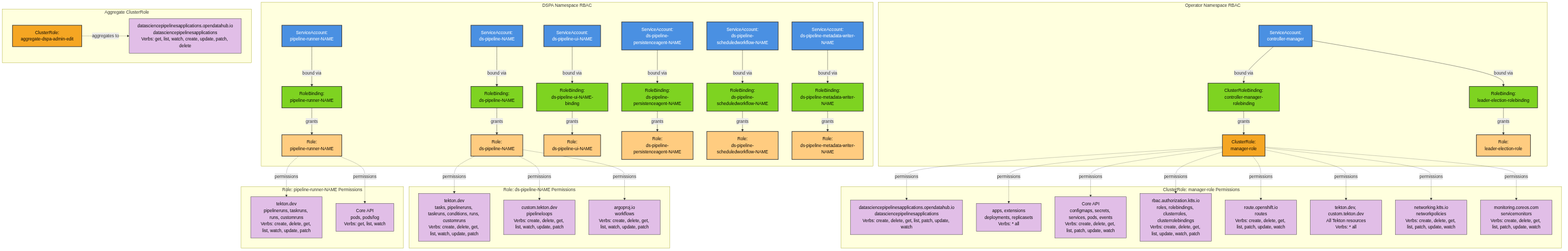
rhuss/architecture-context keeps this Mermaid diagram as architecture/rhoai-2.6/diagrams/data-science-pipelines-operator-rbac.png. Above is the earlier version. Its source is kept beside it as architecture/rhoai-2.6/diagrams/data-science-pipelines-operator-rbac.mmd.
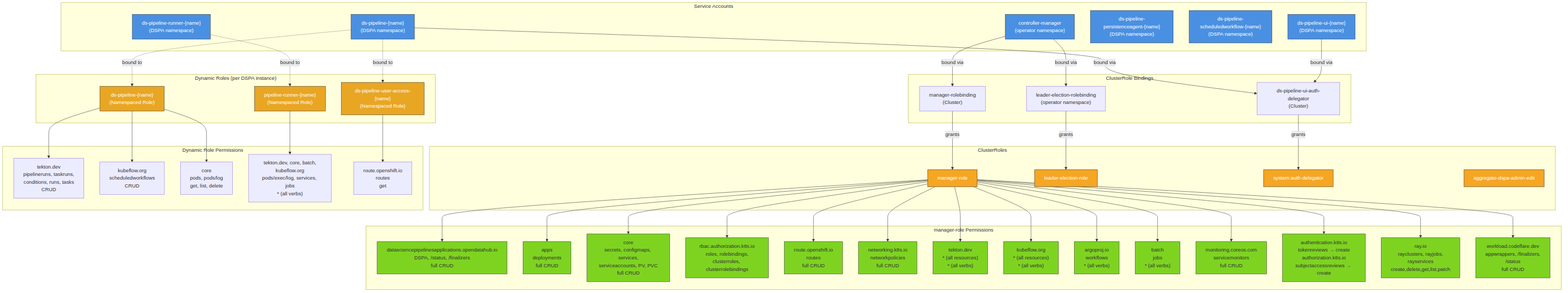
After the commit.

What changed in the source:
```diff
@@ -1,112 +1,117 @@
-graph TB
-    subgraph "Operator Namespace RBAC"
-        SA_Controller[ServiceAccount:<br/>controller-manager]
-        CRB_Manager[ClusterRoleBinding:<br/>controller-manager-rolebinding]
-        CR_Manager[ClusterRole:<br/>manager-role]
-        RB_Leader[RoleBinding:<br/>leader-election-rolebinding]
-        R_Leader[Role:<br/>leader-election-role]
+
+graph TD
+    subgraph "Service Accounts"
+        SA_CM["controller-manager<br/>(operator namespace)"]
+        SA_API["ds-pipeline-{name}<br/>(DSPA namespace)"]
+        SA_Runner["ds-pipeline-runner-{name}<br/>(DSPA namespace)"]
+        SA_PA["ds-pipeline-persistenceagent-{name}<br/>(DSPA namespace)"]
+        SA_SW["ds-pipeline-scheduledworkflow-{name}<br/>(DSPA namespace)"]
+        SA_UI["ds-pipeline-ui-{name}<br/>(DSPA namespace)"]
     end
 
-    subgraph "DSPA Namespace RBAC"
-        SA_API[ServiceAccount:<br/>ds-pipeline-NAME]
-        SA_Runner[ServiceAccount:<br/>pipeline-runner-NAME]
-        SA_UI[ServiceAccount:<br/>ds-pipeline-ui-NAME]
-        SA_PA[ServiceAccount:<br/>ds-pipeline-persistenceagent-NAME]
-        SA_SWC[ServiceAccount:<br/>ds-pipeline-scheduledworkflow-NAME]
-        SA_MLMD[ServiceAccount:<br/>ds-pipeline-metadata-writer-NAME]
-
-        RB_API[RoleBinding:<br/>ds-pipeline-NAME]
-        RB_Runner[RoleBinding:<br/>pipeline-runner-NAME]
-        RB_UI[RoleBinding:<br/>ds-pipeline-ui-NAME-binding]
-        RB_PA[RoleBinding:<br/>ds-pipeline-persistenceagent-NAME]
-        RB_SWC[RoleBinding:<br/>ds-pipeline-scheduledworkflow-NAME]
-        RB_MLMD[RoleBinding:<br/>ds-pipeline-metadata-writer-NAME]
-
-        R_API[Role:<br/>ds-pipeline-NAME]
-        R_Runner[Role:<br/>pipeline-runner-NAME]
-        R_UI[Role:<br/>ds-pipeline-ui-NAME]
-        R_PA[Role:<br/>ds-pipeline-persistenceagent-NAME]
-        R_SWC[Role:<br/>ds-pipeline-scheduledworkflow-NAME]
-        R_MLMD[Role:<br/>ds-pipeline-metadata-writer-NAME]
+    subgraph "ClusterRole Bindings"
+        CRB_Manager["manager-rolebinding<br/>(Cluster)"]
+        CRB_Leader["leader-election-rolebinding<br/>(operator namespace)"]
+        CRB_AuthDeleg["ds-pipeline-ui-auth-delegator<br/>(Cluster)"]
     end
 
-    subgraph "ClusterRole: manager-role Permissions"
-        direction TB
-        Perm1[datasciencepipelinesapplications.opendatahub.io<br/>datasciencepipelinesapplications<br/>Verbs: create, delete, get, list, patch, update, watch]
-        Perm2[apps, extensions<br/>deployments, replicasets<br/>Verbs: * all]
-        Perm3[Core API<br/>configmaps, secrets, services, pods, events<br/>Verbs: create, delete, get, list, patch, update, watch]
-        Perm4[rbac.authorization.k8s.io<br/>roles, rolebindings, clusterroles, clusterrolebindings<br/>Verbs: create, delete, get, list, update, watch, patch]
-        Perm5[route.openshift.io<br/>routes<br/>Verbs: create, delete, get, list, patch, update, watch]
-        Perm6[tekton.dev, custom.tekton.dev<br/>All Tekton resources<br/>Verbs: * all]
-        Perm7[networking.k8s.io<br/>networkpolicies<br/>Verbs: create, delete, get, list, patch, update, watch]
-        Perm8[monitoring.coreos.com<br/>servicemonitors<br/>Verbs: create, delete, get, list, patch, update, watch]
+    subgraph "ClusterRoles"
+        CR_Manager["manager-role"]
+        CR_Leader["leader-election-role"]
+        CR_AuthDeleg["system:auth-delegator"]
+        CR_Aggregate["aggregate-dspa-admin-edit"]
     end
 
-    subgraph "Role: ds-pipeline-NAME Permissions"
-        direction TB
-        PermAPI1[tekton.dev<br/>tasks, pipelineruns, taskruns, conditions, runs, customruns<br/>Verbs: create, delete, get, list, watch, update, patch]
-        PermAPI2[custom.tekton.dev<br/>pipelineloops<br/>Verbs: create, delete, get, list, watch, update, patch]
-        PermAPI3[argoproj.io<br/>workflows<br/>Verbs: create, delete, get, list, watch, update, patch]
+    subgraph "Dynamic Roles (per DSPA instance)"
+        DR_Pipeline["ds-pipeline-{name}<br/>(Namespaced Role)"]
+        DR_Runner["pipeline-runner-{name}<br/>(Namespaced Role)"]
+        DR_UserAccess["ds-pipeline-user-access-{name}<br/>(Namespaced Role)"]
     end
 
-    subgraph "Role: pipeline-runner-NAME Permissions"
-        direction TB
-        PermRunner1[tekton.dev<br/>pipelineruns, taskruns, runs, customruns<br/>Verbs: create, delete, get, list, watch, update, patch]
-        PermRunner2[Core API<br/>pods, pods/log<br/>Verbs: get, list, watch]
+    subgraph "manager-role Permissions"
+        direction LR
+        DSPA_Res["datasciencepipelinesapplications.opendatahub.io<br/>DSPA, /status, /finalizers<br/>full CRUD"]
+        Apps_Res["apps<br/>deployments<br/>full CRUD"]
+        Core_Res["core<br/>secrets, configmaps, services,<br/>serviceaccounts, PV, PVC<br/>full CRUD"]
+        RBAC_Res["rbac.authorization.k8s.io<br/>roles, rolebindings,<br/>clusterroles, clusterrolebindings"]
+        Route_Res["route.openshift.io<br/>routes<br/>full CRUD"]
+        NetPol_Res["networking.k8s.io<br/>networkpolicies<br/>full CRUD"]
+        Tekton_Res["tekton.dev<br/>* (all resources)<br/>* (all verbs)"]
+        Kubeflow_Res["kubeflow.org<br/>* (all resources)<br/>* (all verbs)"]
+        Argo_Res["argoproj.io<br/>workflows<br/>* (all verbs)"]
+        Batch_Res["batch<br/>jobs<br/>* (all verbs)"]
+        Monitor_Res["monitoring.coreos.com<br/>servicemonitors<br/>full CRUD"]
+        Auth_Res["authentication.k8s.io<br/>tokenreviews → create<br/>authorization.k8s.io<br/>subjectaccessreviews → create"]
+        Ray_Res["ray.io<br/>rayclusters, rayjobs,<br/>rayservices<br/>create,delete,get,list,patch"]
+        CF_Res["workload.codeflare.dev<br/>appwrappers, /finalizers,<br/>/status<br/>full CRUD"]
     end
 
-    subgraph "Aggregate ClusterRole"
-        CR_Aggregate[ClusterRole:<br/>aggregate-dspa-admin-edit]
-        PermAgg[datasciencepipelinesapplications.opendatahub.io<br/>datasciencepipelinesapplications<br/>Verbs: get, list, watch, create, update, patch, delete]
+    subgraph "Dynamic Role Permissions"
+        DR_P_Tekton["tekton.dev<br/>pipelineruns, taskruns,<br/>conditions, runs, tasks<br/>CRUD"]
+        DR_P_KF["kubeflow.org<br/>scheduledworkflows<br/>CRUD"]
+        DR_P_Pods["core<br/>pods, pods/log<br/>get, list, delete"]
+        DR_R_All["tekton.dev, core, batch,<br/>kubeflow.org<br/>pods/exec/log, services, jobs<br/>* (all verbs)"]
+        DR_U_Route["route.openshift.io<br/>routes<br/>get"]
     end
 
-    SA_Controller -->|bound via| CRB_Manager
+    SA_CM -->|bound via| CRB_Manager
+    SA_CM -->|bound via| CRB_Leader
+    SA_API -->|bound via| CRB_AuthDeleg
+    SA_UI -->|bound via| CRB_AuthDeleg
+
     CRB_Manager -->|grants| CR_Manager
-    CR_Manager -.->|permissions| Perm1
-    CR_Manager -.->|permissions| Perm2
-    CR_Manager -.->|permissions| Perm3
-    CR_Manager -.->|permissions| Perm4
-    CR_Manager -.->|permissions| Perm5
-    CR_Manager -.->|permissions| Perm6
-    CR_Manager -.->|permissions| Perm7
-    CR_Manager -.->|permissions| Perm8
+    CRB_Leader -->|grants| CR_Leader
+    CRB_AuthDeleg -->|grants| CR_AuthDeleg
 
-    SA_Controller -->|bound via| RB_Leader
-    RB_Leader -->|grants| R_Leader
+    CR_Manager --> DSPA_Res
+    CR_Manager --> Apps_Res
+    CR_Manager --> Core_Res
+    CR_Manager --> RBAC_Res
+    CR_Manager --> Route_Res
+    CR_Manager --> NetPol_Res
+    CR_Manager --> Tekton_Res
+    CR_Manager --> Kubeflow_Res
+    CR_Manager --> Argo_Res
+    CR_Manager --> Batch_Res
+    CR_Manager --> Monitor_Res
+    CR_Manager --> Auth_Res
+    CR_Manager --> Ray_Res
+    CR_Manager --> CF_Res
 
-    SA_API -->|bound via| RB_API
-    RB_API -->|grants| R_API
-    R_API -.->|permissions| PermAPI1
-    R_API -.->|permissions| PermAPI2
-    R_API -.->|permissions| PermAPI3
+    SA_API -.->|bound to| DR_Pipeline
+    SA_Runner -.->|bound to| DR_Runner
+    SA_API -.->|bound to| DR_UserAccess
 
-    SA_Runner -->|bound via| RB_Runner
-    RB_Runner -->|grants| R_Runner
-    R_Runner -.->|permissions| PermRunner1
-    R_Runner -.->|permissions| PermRunner2
+    DR_Pipeline --> DR_P_Tekton
+    DR_Pipeline --> DR_P_KF
+    DR_Pipeline --> DR_P_Pods
+    DR_Runner --> DR_R_All
+    DR_UserAccess --> DR_U_Route
 
-    SA_UI -->|bound via| RB_UI
-    RB_UI -->|grants| R_UI
-
-    SA_PA -->|bound via| RB_PA
-    RB_PA -->|grants| R_PA
-
-    SA_SWC -->|bound via| RB_SWC
-    RB_SWC -->|grants| R_SWC
-
-    SA_MLMD -->|bound via| RB_MLMD
-    RB_MLMD -->|grants| R_MLMD
-
-    CR_Aggregate -.->|aggregates to| PermAgg
-
-    classDef serviceaccount fill:#4a90e2,stroke:#333,stroke-width:2px,color:#fff
-    classDef clusterrole fill:#f5a623,stroke:#333,stroke-width:2px,color:#000
-    classDef role fill:#ffcc80,stroke:#333,stroke-width:2px,color:#000
-    classDef binding fill:#7ed321,stroke:#333,stroke-width:2px,color:#000
-    classDef permission fill:#e1bee7,stroke:#333,stroke-width:1px,color:#000
-
-    class SA_Controller,SA_API,SA_Runner,SA_UI,SA_PA,SA_SWC,SA_MLMD serviceaccount
-    class CR_Manager,CR_Aggregate clusterrole
-    class R_Leader,R_API,R_Runner,R_UI,R_PA,R_SWC,R_MLMD role
-    class CRB_Manager,RB_Leader,RB_API,RB_Runner,RB_UI,RB_PA,RB_SWC,RB_MLMD binding
-    class Perm1,Perm2,Perm3,Perm4,Perm5,Perm6,Perm7,Perm8,PermAPI1,PermAPI2,PermAPI3,PermRunner1,PermRunner2,PermAgg permission
+    style SA_CM fill:#4a90e2,stroke:#333,color:#fff
+    style SA_API fill:#4a90e2,stroke:#333,color:#fff
+    style SA_Runner fill:#4a90e2,stroke:#333,color:#fff
+    style SA_PA fill:#4a90e2,stroke:#333,color:#fff
+    style SA_SW fill:#4a90e2,stroke:#333,color:#fff
+    style SA_UI fill:#4a90e2,stroke:#333,color:#fff
+    style CR_Manager fill:#f5a623,stroke:#333,color:#fff
+    style CR_Leader fill:#f5a623,stroke:#333,color:#fff
+    style CR_AuthDeleg fill:#f5a623,stroke:#333,color:#fff
+    style CR_Aggregate fill:#f5a623,stroke:#333,color:#fff
+    style DR_Pipeline fill:#e8a623,stroke:#333,color:#fff
+    style DR_Runner fill:#e8a623,stroke:#333,color:#fff
+    style DR_UserAccess fill:#e8a623,stroke:#333,color:#fff
+    style DSPA_Res fill:#7ed321,stroke:#333
+    style Apps_Res fill:#7ed321,stroke:#333
+    style Core_Res fill:#7ed321,stroke:#333
+    style RBAC_Res fill:#7ed321,stroke:#333
+    style Route_Res fill:#7ed321,stroke:#333
+    style NetPol_Res fill:#7ed321,stroke:#333
+    style Tekton_Res fill:#7ed321,stroke:#333
+    style Kubeflow_Res fill:#7ed321,stroke:#333
+    style Argo_Res fill:#7ed321,stroke:#333
+    style Batch_Res fill:#7ed321,stroke:#333
+    style Monitor_Res fill:#7ed321,stroke:#333
+    style Auth_Res fill:#7ed321,stroke:#333
+    style Ray_Res fill:#7ed321,stroke:#333
+    style CF_Res fill:#7ed321,stroke:#333
```
